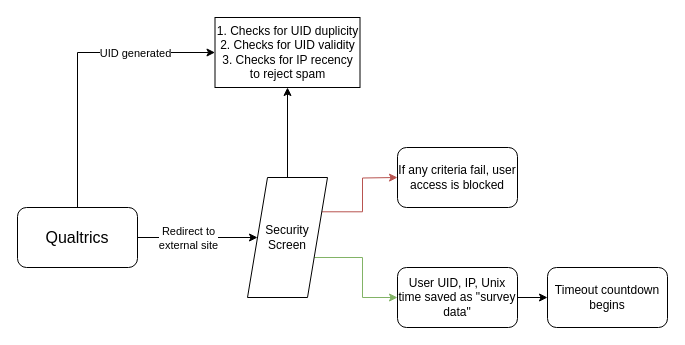
Triarite/qualtrics-openai keeps this draw.io diagram as Chatbot Flow.drawio. Above is the earlier version. Source tidied: cells renumbered, new cells numbered last; positions are measured from the earlier drawing's top-left corner, leaving out a move shared by most shapes. Both pictures are drawn from the tidied source at 100%, with x=0, y=0 at pixel (17, 17).
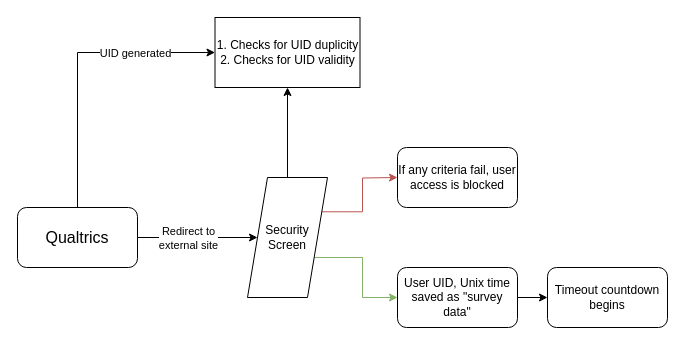
Above is the later version.

Change to the diagram source:
```diff
@@
 <mxGraphModel>
   <root>
     <mxCell id="0" />
     <mxCell id="1" parent="0" />
     <mxCell id="2" style="edgeStyle=orthogonalEdgeStyle;rounded=0;jettySize=auto;html=1;entryX=0;entryY=0.5;entryDx=0;entryDy=0;" parent="1" edge="1" source="6" target="10">
       <mxGeometry relative="1" as="geometry" />
     </mxCell>
     <mxCell id="3" value="Redirect to&lt;div&gt;external site&lt;/div&gt;" style="edgeLabel;html=1;align=center;verticalAlign=middle;" parent="2" vertex="1">
       <mxGeometry x="-0.28" y="2" relative="1" as="geometry">
         <mxPoint x="7" y="2" as="offset" />
       </mxGeometry>
     </mxCell>
     <mxCell id="4" style="edgeStyle=orthogonalEdgeStyle;rounded=0;jettySize=auto;html=1;entryX=0;entryY=0.5;entryDx=0;entryDy=0;exitX=0.5;exitY=0;exitDx=0;exitDy=0;" parent="1" edge="1" source="6" target="11">
       <mxGeometry relative="1" as="geometry">
         <Array as="points">
           <mxPoint x="60" y="35" />
         </Array>
       </mxGeometry>
     </mxCell>
     <mxCell id="5" value="UID generated" style="edgeLabel;html=1;align=center;verticalAlign=middle;" parent="4" vertex="1">
       <mxGeometry x="0.42" y="-2" relative="1" as="geometry">
         <mxPoint x="4" y="-2" as="offset" />
       </mxGeometry>
     </mxCell>
     <mxCell id="6" value="&lt;font style=&quot;font-size: 16px;&quot;&gt;Qualtrics&lt;/font&gt;" style="rounded=1;whiteSpace=wrap;html=1;" parent="1" vertex="1">
       <mxGeometry y="190" width="120" height="60" as="geometry" />
     </mxCell>
     <mxCell id="7" style="edgeStyle=orthogonalEdgeStyle;rounded=0;jettySize=auto;html=1;" parent="1" edge="1" source="10" target="11">
       <mxGeometry relative="1" as="geometry" />
     </mxCell>
     <mxCell id="8" style="edgeStyle=orthogonalEdgeStyle;rounded=0;jettySize=auto;html=1;fillColor=#d5e8d4;strokeColor=#82b366;exitX=1;exitY=0.75;exitDx=0;exitDy=0;" parent="1" edge="1" source="10" target="13">
       <mxGeometry relative="1" as="geometry" />
     </mxCell>
     <mxCell id="9" style="edgeStyle=orthogonalEdgeStyle;rounded=0;jettySize=auto;html=1;fillColor=#f8cecc;strokeColor=#b85450;exitX=1;exitY=0.25;exitDx=0;exitDy=0;" parent="1" edge="1" source="10">
       <mxGeometry relative="1" as="geometry">
         <mxPoint x="380" y="160" as="targetPoint" />
       </mxGeometry>
     </mxCell>
     <mxCell id="10" value="Security&lt;div&gt;Screen&lt;/div&gt;" style="shape=parallelogram;perimeter=parallelogramPerimeter;whiteSpace=wrap;html=1;fixedSize=1;" parent="1" vertex="1">
       <mxGeometry x="230" y="160" width="80" height="120" as="geometry" />
     </mxCell>
-    <mxCell id="11" value="1. Checks for UID duplicity&lt;div&gt;2. Checks for UID validity&lt;br&gt;&lt;div&gt;3. Checks for IP recency to reject spam&lt;/div&gt;&lt;/div&gt;" style="whiteSpace=wrap;html=1;" parent="1" vertex="1">
+    <mxCell id="11" value="1. Checks for UID duplicity&lt;div&gt;2. Checks for UID validity&lt;/div&gt;" style="whiteSpace=wrap;html=1;" parent="1" vertex="1">
       <mxGeometry x="197.5" width="145" height="70" as="geometry" />
     </mxCell>
     <mxCell id="12" style="edgeStyle=orthogonalEdgeStyle;rounded=0;jettySize=auto;html=1;" parent="1" edge="1" source="13" target="14">
       <mxGeometry relative="1" as="geometry" />
     </mxCell>
-    <mxCell id="13" value="User UID, IP, Unix time saved as &quot;survey data&quot;" style="rounded=1;whiteSpace=wrap;html=1;" parent="1" vertex="1">
+    <mxCell id="13" value="User UID, Unix time saved as &quot;survey data&quot;" style="rounded=1;whiteSpace=wrap;html=1;" parent="1" vertex="1">
       <mxGeometry x="380" y="250" width="120" height="60" as="geometry" />
     </mxCell>
     <mxCell id="14" value="Timeout countdown begins" style="whiteSpace=wrap;html=1;rounded=1;" parent="1" vertex="1">
       <mxGeometry x="530" y="250" width="120" height="60" as="geometry" />
     </mxCell>
     <mxCell id="15" value="If any criteria fail, user access is blocked" style="rounded=1;whiteSpace=wrap;html=1;" parent="1" vertex="1">
       <mxGeometry x="380" y="130" width="120" height="60" as="geometry" />
     </mxCell>
   </root>
 </mxGraphModel>
```
